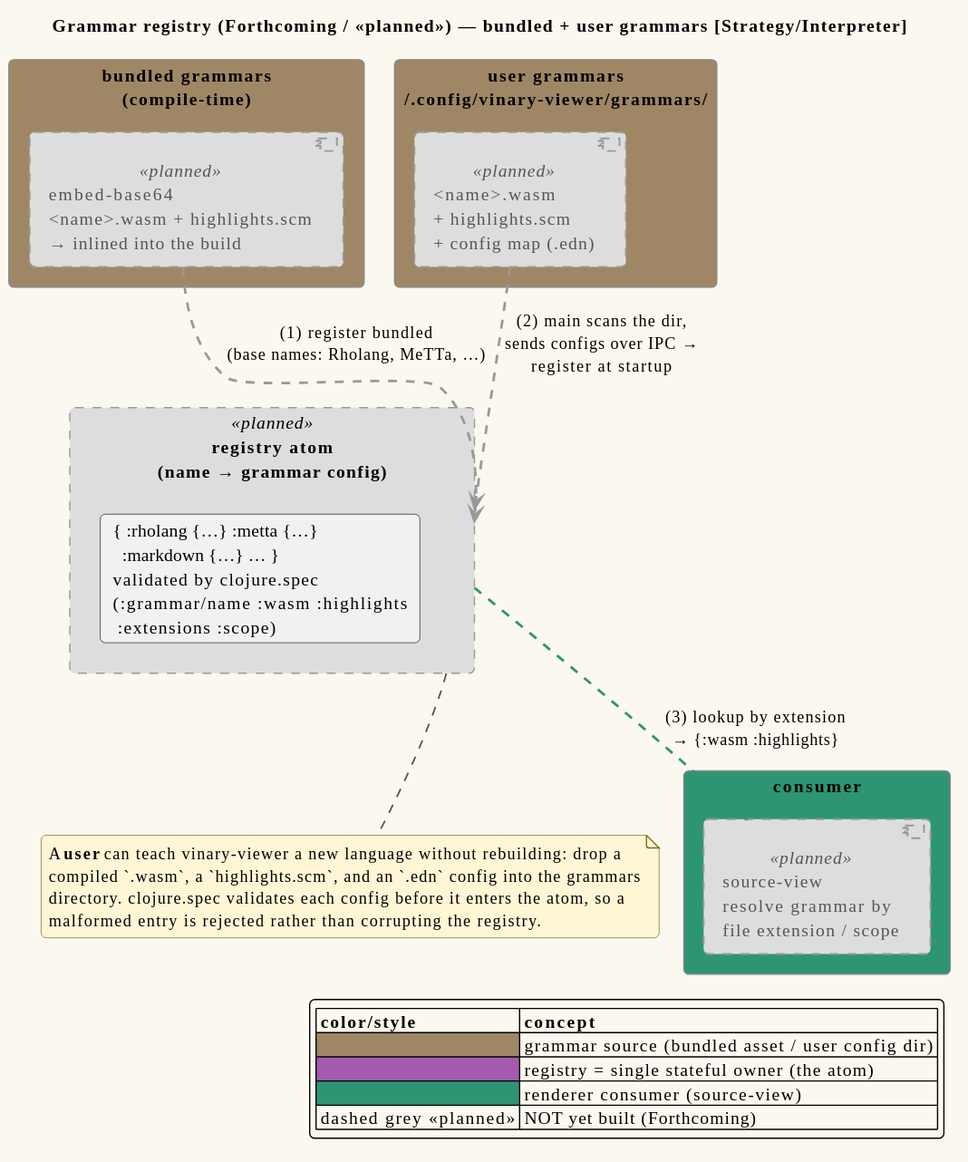
Before: docs/diagrams/component-grammar-registry-planned.svg, a diagram exported from PlantUML (vinary-tree/vinary-viewer). Its source is kept beside it as docs/diagrams/component-grammar-registry-planned.puml. The source it was exported from:
```plantuml
@startuml component-grammar-registry-planned
!include _vv-theme.iuml

title Grammar registry (Forthcoming / «planned») — bundled + user grammars [Strategy/Interpreter]

rectangle "registry atom\n(name → grammar config)" as REG <<planned>> {
  card "{ :rholang {…} :metta {…}\n  :markdown {…} … }\nvalidated by clojure.spec\n(:grammar/name :wasm :highlights\n :extensions :scope)" as ATOMBODY
}

rectangle "bundled grammars\n(compile-time)" as BUNDLED #9F8766 {
  component "embed-base64\n<name>.wasm + highlights.scm\n→ inlined into the build" as EMBED <<planned>>
}

rectangle "user grammars\n~/.config/vinary-viewer/grammars/" as USER #9F8766 {
  component "<name>.wasm\n+ highlights.scm\n+ config map (.edn)" as USERFILES <<planned>>
}

rectangle "consumer" as CONS #2D9574 {
  component "source-view\nresolve grammar by\nfile extension / scope" as RESOLVE <<planned>>
}

EMBED     -[#999999,dashed,thickness=2]-> REG : (1) register bundled\n(base names: Rholang, MeTTa, …)
USERFILES -[#999999,dashed,thickness=2]-> REG : (2) main scans the dir,\nsends configs over IPC →\nregister at startup
REG       -[#2D9574,dashed,thickness=2]-> RESOLVE : (3) lookup by extension\n→ {:wasm :highlights}

note bottom of REG
  A **user** can teach vinary-viewer a new language without rebuilding: drop a
  compiled `.wasm`, a `highlights.scm`, and an `.edn` config into the grammars
  directory. clojure.spec validates each config before it enters the atom, so a
  malformed entry is rejected rather than corrupting the registry.
end note

legend right
  |= color/style |= concept |
  | <#9F8766> | grammar source (bundled asset / user config dir) |
  | <#A45BAD> | registry = single stateful owner (the atom) |
  | <#2D9574> | renderer consumer (source-view) |
  | dashed grey <<planned>> | NOT yet built (Forthcoming) |
endlegend
@enduml
```
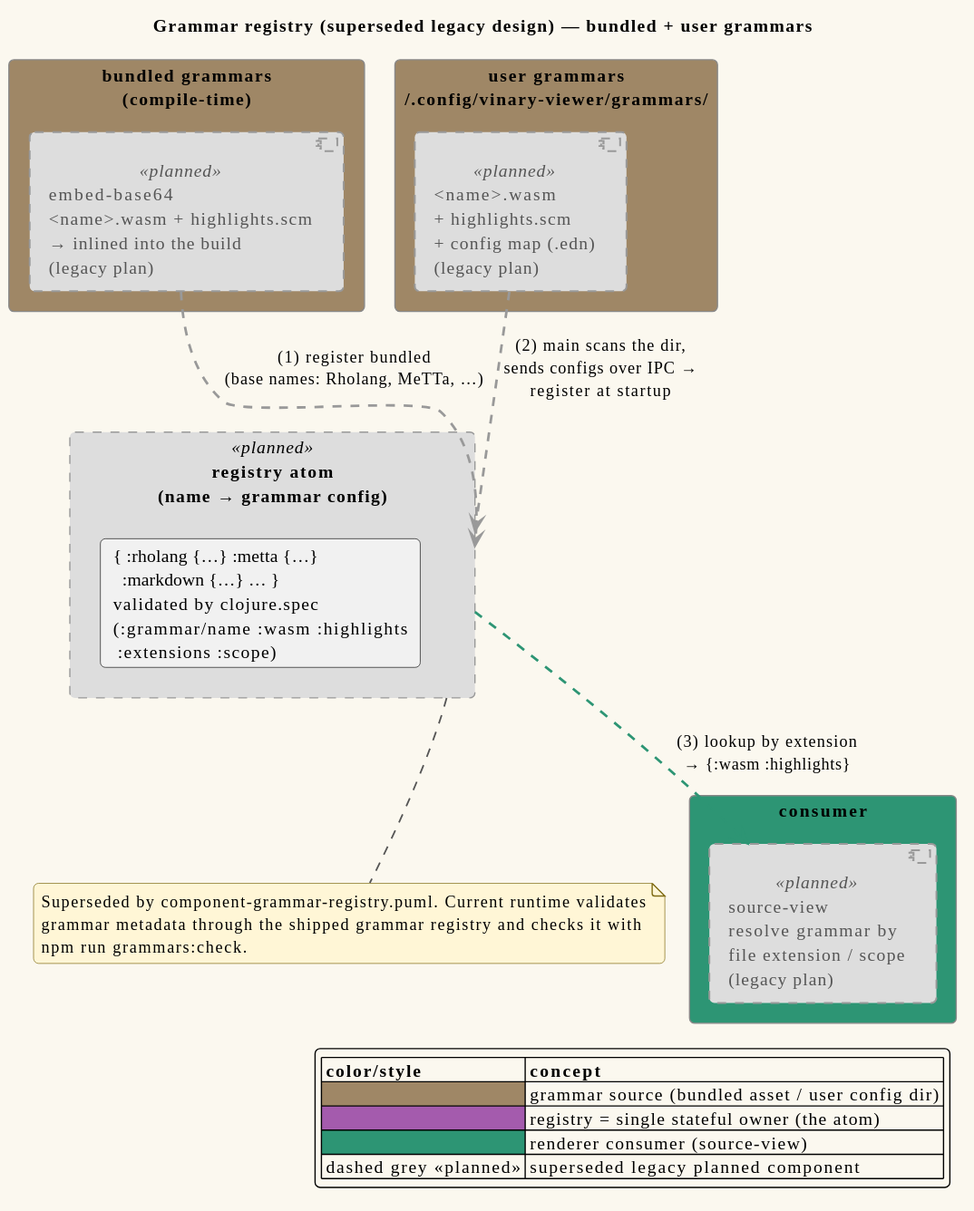
After the commit.

Diff of the diagram source:
```diff
@@ -1,22 +1,22 @@
 @startuml component-grammar-registry-planned
 !include _vv-theme.iuml
 
-title Grammar registry (Forthcoming / «planned») — bundled + user grammars [Strategy/Interpreter]
+title Grammar registry (superseded legacy design) — bundled + user grammars
 
 rectangle "registry atom\n(name → grammar config)" as REG <<planned>> {
   card "{ :rholang {…} :metta {…}\n  :markdown {…} … }\nvalidated by clojure.spec\n(:grammar/name :wasm :highlights\n :extensions :scope)" as ATOMBODY
 }
 
 rectangle "bundled grammars\n(compile-time)" as BUNDLED #9F8766 {
-  component "embed-base64\n<name>.wasm + highlights.scm\n→ inlined into the build" as EMBED <<planned>>
+  component "embed-base64\n<name>.wasm + highlights.scm\n→ inlined into the build\n(legacy plan)" as EMBED <<planned>>
 }
 
 rectangle "user grammars\n~/.config/vinary-viewer/grammars/" as USER #9F8766 {
-  component "<name>.wasm\n+ highlights.scm\n+ config map (.edn)" as USERFILES <<planned>>
+  component "<name>.wasm\n+ highlights.scm\n+ config map (.edn)\n(legacy plan)" as USERFILES <<planned>>
 }
 
 rectangle "consumer" as CONS #2D9574 {
-  component "source-view\nresolve grammar by\nfile extension / scope" as RESOLVE <<planned>>
+  component "source-view\nresolve grammar by\nfile extension / scope\n(legacy plan)" as RESOLVE <<planned>>
 }
 
 EMBED     -[#999999,dashed,thickness=2]-> REG : (1) register bundled\n(base names: Rholang, MeTTa, …)
@@ -24,10 +24,9 @@
 REG       -[#2D9574,dashed,thickness=2]-> RESOLVE : (3) lookup by extension\n→ {:wasm :highlights}
 
 note bottom of REG
-  A **user** can teach vinary-viewer a new language without rebuilding: drop a
-  compiled `.wasm`, a `highlights.scm`, and an `.edn` config into the grammars
-  directory. clojure.spec validates each config before it enters the atom, so a
-  malformed entry is rejected rather than corrupting the registry.
+  Superseded by component-grammar-registry.puml. Current runtime validates
+  grammar metadata through the shipped grammar registry and checks it with
+  npm run grammars:check.
 end note
 
 legend right
@@ -35,6 +34,6 @@
   | <#9F8766> | grammar source (bundled asset / user config dir) |
   | <#A45BAD> | registry = single stateful owner (the atom) |
   | <#2D9574> | renderer consumer (source-view) |
-  | dashed grey <<planned>> | NOT yet built (Forthcoming) |
+  | dashed grey <<planned>> | superseded legacy planned component |
 endlegend
 @enduml
```
